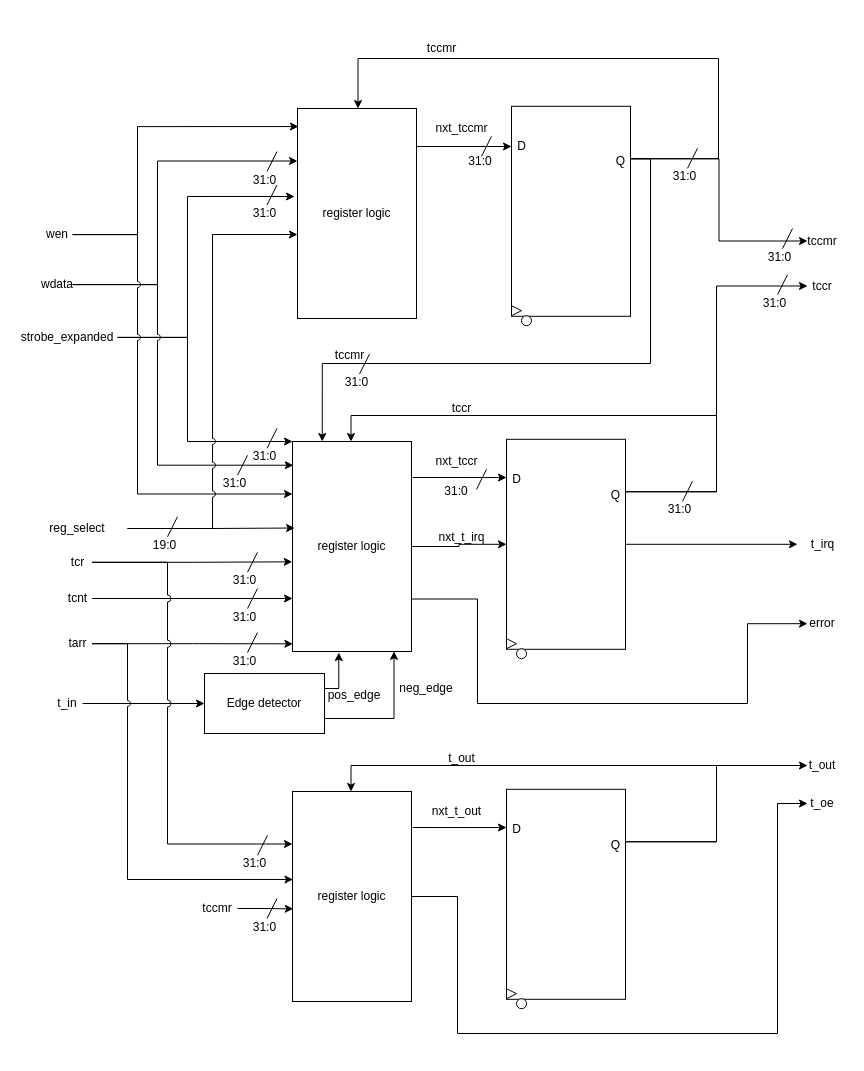
Above: page "Capture-Compare Channel" (4 of 4) of Timer/Timer.drawio in leung55/SoCET (draw.io), before the change. Source tidied: cells renumbered, new cells numbered last; positions are measured from the earlier drawing's top-left corner, leaving out a move shared by most shapes. Both pictures are drawn from the tidied source at 100%, with x=0, y=0 at pixel (17, 33).
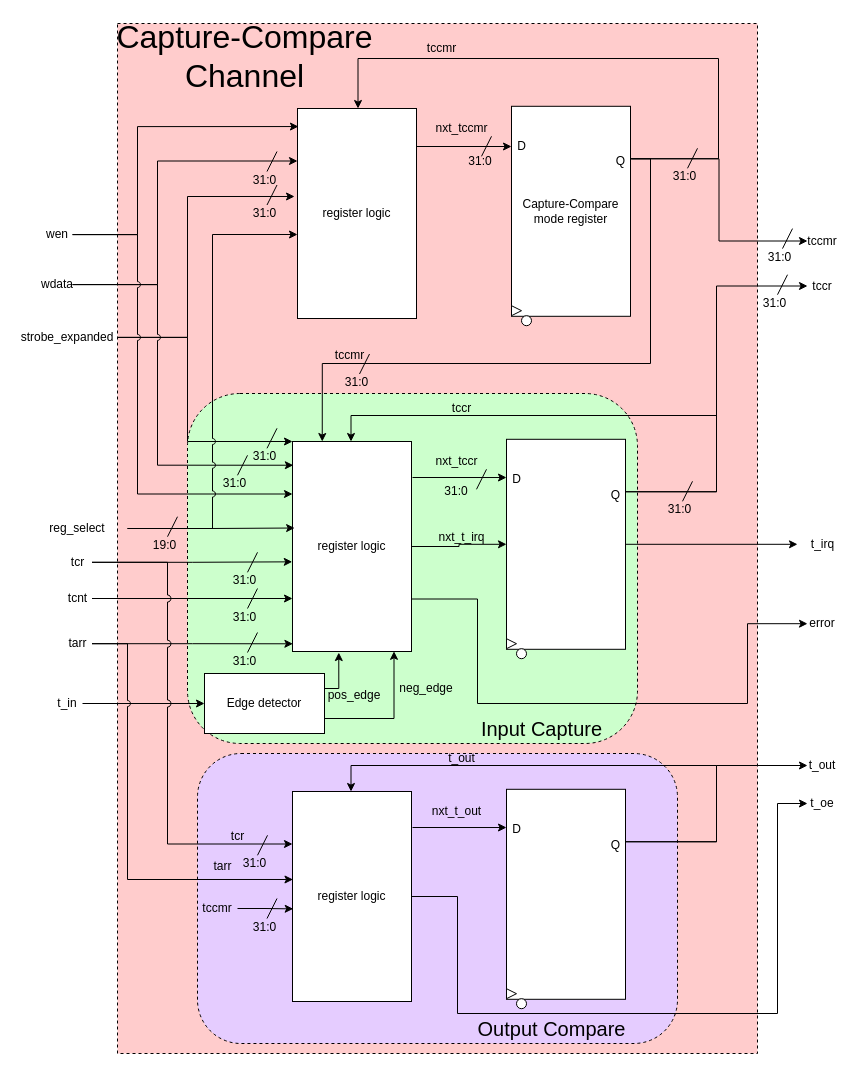
The same page after the edit.

The change refers to these unchanged cells:
```xml
<mxCell id="16" value="t_oe" style="text;html=1;align=center;verticalAlign=middle;whiteSpace=wrap;rounded=0;" parent="1" vertex="1">
  <mxGeometry x="790" y="755" width="30" height="30" as="geometry" />
</mxCell>
<mxCell id="69" value="register logic" style="rounded=0;whiteSpace=wrap;html=1;" parent="1" vertex="1">
  <mxGeometry x="275" y="758" width="119" height="210" as="geometry" />
</mxCell>
```

Change to the diagram source:
```diff
@@
+    <mxCell id="111" style="rounded=0;whiteSpace=wrap;html=1;dashed=1;fillColor=#FFCCCC;" parent="1" vertex="1">
+      <mxGeometry x="100" y="-10" width="640" height="1030" as="geometry" />
+    </mxCell>
+    <mxCell id="112" style="rounded=1;whiteSpace=wrap;html=1;fillColor=#CCFFCC;dashed=1;" parent="1" vertex="1">
+      <mxGeometry x="170" y="360" width="450" height="350" as="geometry" />
+    </mxCell>
+    <mxCell id="113" style="rounded=1;whiteSpace=wrap;html=1;dashed=1;fillColor=#E5CCFF;" parent="1" vertex="1">
+      <mxGeometry x="180" y="720" width="480" height="290" as="geometry" />
+    </mxCell>
@@
-    <mxCell id="27" style="rounded=0;whiteSpace=wrap;html=1;" parent="1" vertex="1">
+    <mxCell id="27" value="Capture-Compare mode register" style="rounded=0;whiteSpace=wrap;html=1;" parent="1" vertex="1">
       <mxGeometry x="494" y="72.8" width="119" height="210" as="geometry" />
     </mxCell>
@@
     <mxCell id="68" style="edgeStyle=orthogonalEdgeStyle;rounded=0;jettySize=auto;html=1;exitX=1;exitY=0.5;exitDx=0;exitDy=0;entryX=0;entryY=0.5;entryDx=0;entryDy=0;" parent="1" edge="1" source="69" target="16">
       <mxGeometry relative="1" as="geometry">
         <Array as="points">
           <mxPoint x="440" y="863" />
-          <mxPoint x="440" y="1000" />
-          <mxPoint x="760" y="1000" />
+          <mxPoint x="440" y="980" />
+          <mxPoint x="760" y="980" />
           <mxPoint x="760" y="770" />
         </Array>
       </mxGeometry>
     </mxCell>
@@
+    <mxCell id="114" value="&lt;font style=&quot;font-size: 20px;&quot;&gt;Input Capture&lt;br&gt;&lt;/font&gt;" style="text;html=1;align=center;verticalAlign=middle;whiteSpace=wrap;rounded=0;" parent="1" vertex="1">
+      <mxGeometry x="439" y="680" width="171" height="30" as="geometry" />
+    </mxCell>
+    <mxCell id="115" value="&lt;font style=&quot;font-size: 20px;&quot;&gt;Output Compare&lt;br&gt;&lt;/font&gt;" style="text;html=1;align=center;verticalAlign=middle;whiteSpace=wrap;rounded=0;" parent="1" vertex="1">
+      <mxGeometry x="449" y="980" width="171" height="30" as="geometry" />
+    </mxCell>
+    <mxCell id="116" value="tcr" style="text;html=1;strokeColor=none;fillColor=none;align=center;verticalAlign=middle;whiteSpace=wrap;rounded=0;" parent="1" vertex="1">
+      <mxGeometry x="206" y="793" width="29" height="20" as="geometry" />
+    </mxCell>
+    <mxCell id="117" value="tarr" style="text;html=1;strokeColor=none;fillColor=none;align=center;verticalAlign=middle;whiteSpace=wrap;rounded=0;" parent="1" vertex="1">
+      <mxGeometry x="191" y="822.8" width="29" height="20" as="geometry" />
+    </mxCell>
+    <mxCell id="118" value="&lt;font style=&quot;font-size: 32px;&quot;&gt;Capture-Compare Channel&lt;br&gt;&lt;/font&gt;" style="text;html=1;align=center;verticalAlign=middle;whiteSpace=wrap;rounded=0;" parent="1" vertex="1">
+      <mxGeometry x="85" y="-10" width="285" height="65" as="geometry" />
+    </mxCell>
```
